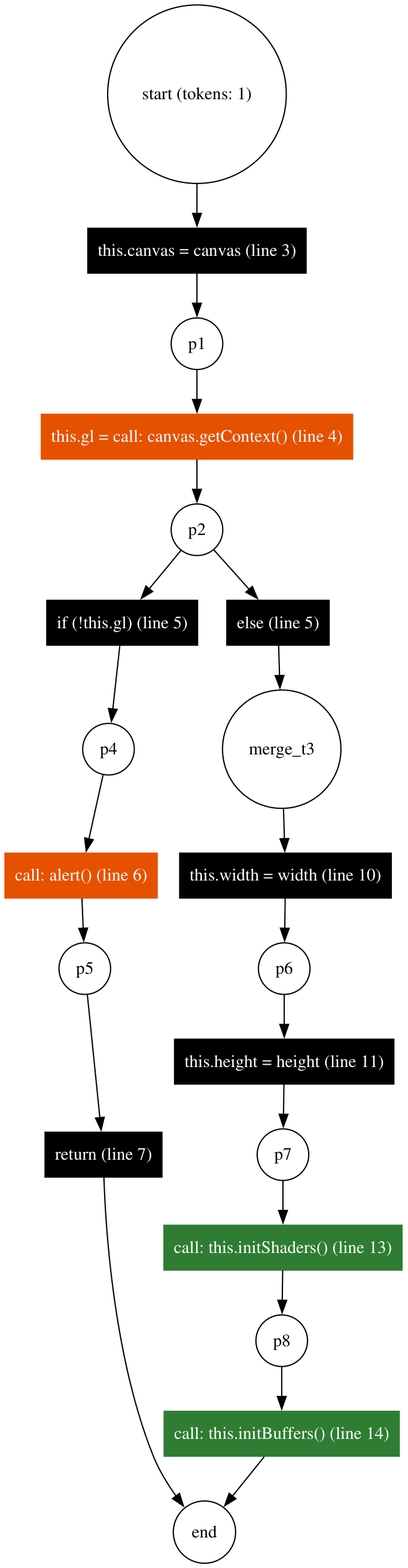
Above: .scratch/code2petri/graphs/GameOfLife-260911/webgl_constructor.png in ric6121824/code2petri (Graphviz), before the change. Its source is kept beside it as .scratch/code2petri/graphs/GameOfLife-260911/webgl_constructor.dot. Source of this version:
```dot
digraph PetriNet {
    rankdir=TB;

    "p0" [shape=circle, label="start (tokens: 1)"];
    "p_end" [shape=circle, label="end"];
    "p1" [shape=circle, label="p1"];
    "p2" [shape=circle, label="p2"];
    "p3" [shape=circle, label="merge_t3"];
    "p4" [shape=circle, label="p4"];
    "p5" [shape=circle, label="p5"];
    "p6" [shape=circle, label="p6"];
    "p7" [shape=circle, label="p7"];
    "p8" [shape=circle, label="p8"];

    "t1" [shape=rect, style=filled, fillcolor=black, fontcolor=white, label="this.canvas = canvas (line 3)"];
    "t2" [shape=rect, style=filled, fillcolor="#e65100", fontcolor=white, label="this.gl = call: canvas.getContext() (line 4)", color="#e65100", tooltip="Unresolved call"];
    "t3" [shape=rect, style=filled, fillcolor=black, fontcolor=white, label="if (!this.gl) (line 5)"];
    "t4" [shape=rect, style=filled, fillcolor=black, fontcolor=white, label="else (line 5)"];
    "t5" [shape=rect, style=filled, fillcolor="#e65100", fontcolor=white, label="call: alert() (line 6)", color="#e65100", tooltip="Unresolved call"];
    "t6" [shape=rect, style=filled, fillcolor=black, fontcolor=white, label="return (line 7)"];
    "t7" [shape=rect, style=filled, fillcolor=black, fontcolor=white, label="this.width = width (line 10)"];
    "t8" [shape=rect, style=filled, fillcolor=black, fontcolor=white, label="this.height = height (line 11)"];
    "t9" [shape=rect, style=filled, fillcolor="#2e7d32", fontcolor=white, label="call: this.initShaders() (line 13)", color="#2e7d32", tooltip="Resolved to WebGLEngine.initShaders in /Users/pingchungtsai/My Drive (ric6121824@gmail.com)/Digital Media MSc/Semester 4/GameOfLife_Simulator/webgl-engine.js"];
    "t10" [shape=rect, style=filled, fillcolor="#2e7d32", fontcolor=white, label="call: this.initBuffers() (line 14)", color="#2e7d32", tooltip="Resolved to WebGLEngine.initBuffers in /Users/pingchungtsai/My Drive (ric6121824@gmail.com)/Digital Media MSc/Semester 4/GameOfLife_Simulator/webgl-engine.js"];

    "p0" -> "t1";
    "t1" -> "p1";
    "p1" -> "t2";
    "t2" -> "p2";
    "p2" -> "t3";
    "p2" -> "t4";
    "t3" -> "p4";
    "p4" -> "t5";
    "t5" -> "p5";
    "p5" -> "t6";
    "t6" -> "p_end";
    "t4" -> "p3";
    "p3" -> "t7";
    "t7" -> "p6";
    "p6" -> "t8";
    "t8" -> "p7";
    "p7" -> "t9";
    "t9" -> "p8";
    "p8" -> "t10";
    "t10" -> "p_end";
}
```
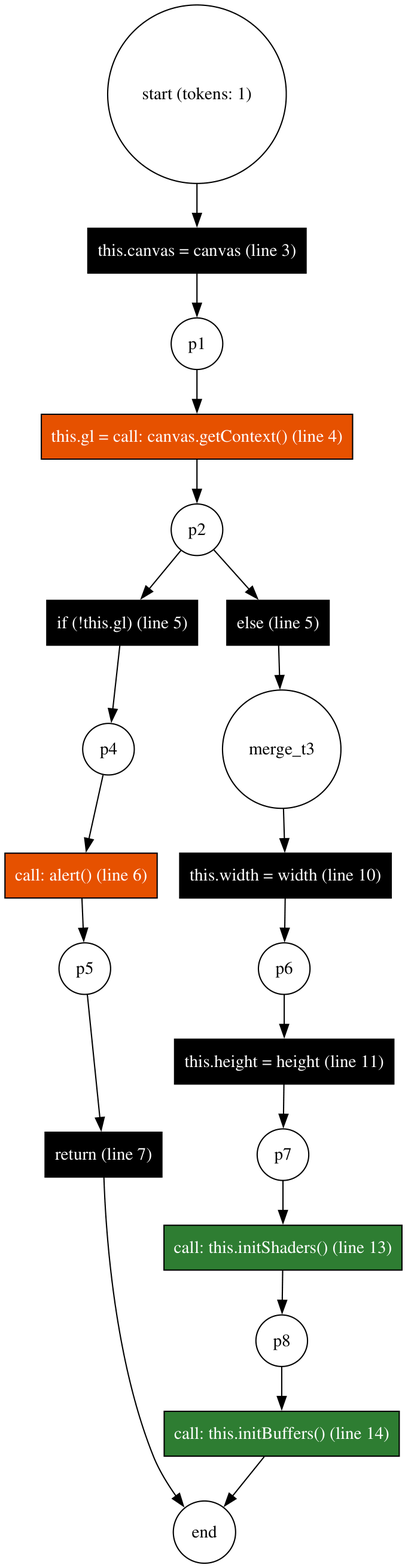
The same diagram one commit later.

Change to the diagram source:
```diff
@@ -13,15 +13,15 @@
     "p8" [shape=circle, label="p8"];
 
     "t1" [shape=rect, style=filled, fillcolor=black, fontcolor=white, label="this.canvas = canvas (line 3)"];
-    "t2" [shape=rect, style=filled, fillcolor="#e65100", fontcolor=white, label="this.gl = call: canvas.getContext() (line 4)", color="#e65100", tooltip="Unresolved call"];
+    "t2" [shape=rect, style=filled, fillcolor="#e65100", fontcolor=white, label="this.gl = call: canvas.getContext() (line 4)", tooltip="Unresolved call"];
     "t3" [shape=rect, style=filled, fillcolor=black, fontcolor=white, label="if (!this.gl) (line 5)"];
     "t4" [shape=rect, style=filled, fillcolor=black, fontcolor=white, label="else (line 5)"];
-    "t5" [shape=rect, style=filled, fillcolor="#e65100", fontcolor=white, label="call: alert() (line 6)", color="#e65100", tooltip="Unresolved call"];
+    "t5" [shape=rect, style=filled, fillcolor="#e65100", fontcolor=white, label="call: alert() (line 6)", tooltip="Unresolved call"];
     "t6" [shape=rect, style=filled, fillcolor=black, fontcolor=white, label="return (line 7)"];
     "t7" [shape=rect, style=filled, fillcolor=black, fontcolor=white, label="this.width = width (line 10)"];
     "t8" [shape=rect, style=filled, fillcolor=black, fontcolor=white, label="this.height = height (line 11)"];
-    "t9" [shape=rect, style=filled, fillcolor="#2e7d32", fontcolor=white, label="call: this.initShaders() (line 13)", color="#2e7d32", tooltip="Resolved to WebGLEngine.initShaders in /Users/pingchungtsai/My Drive (ric6121824@gmail.com)/Digital Media MSc/Semester 4/GameOfLife_Simulator/webgl-engine.js"];
-    "t10" [shape=rect, style=filled, fillcolor="#2e7d32", fontcolor=white, label="call: this.initBuffers() (line 14)", color="#2e7d32", tooltip="Resolved to WebGLEngine.initBuffers in /Users/pingchungtsai/My Drive (ric6121824@gmail.com)/Digital Media MSc/Semester 4/GameOfLife_Simulator/webgl-engine.js"];
+    "t9" [shape=rect, style=filled, fillcolor="#2e7d32", fontcolor=white, label="call: this.initShaders() (line 13)", tooltip="Resolved to WebGLEngine.initShaders in /Users/pingchungtsai/My Drive (ric6121824@gmail.com)/Digital Media MSc/Semester 4/GameOfLife_Simulator/webgl-engine.js"];
+    "t10" [shape=rect, style=filled, fillcolor="#2e7d32", fontcolor=white, label="call: this.initBuffers() (line 14)", tooltip="Resolved to WebGLEngine.initBuffers in /Users/pingchungtsai/My Drive (ric6121824@gmail.com)/Digital Media MSc/Semester 4/GameOfLife_Simulator/webgl-engine.js"];
 
     "p0" -> "t1";
     "t1" -> "p1";
```
